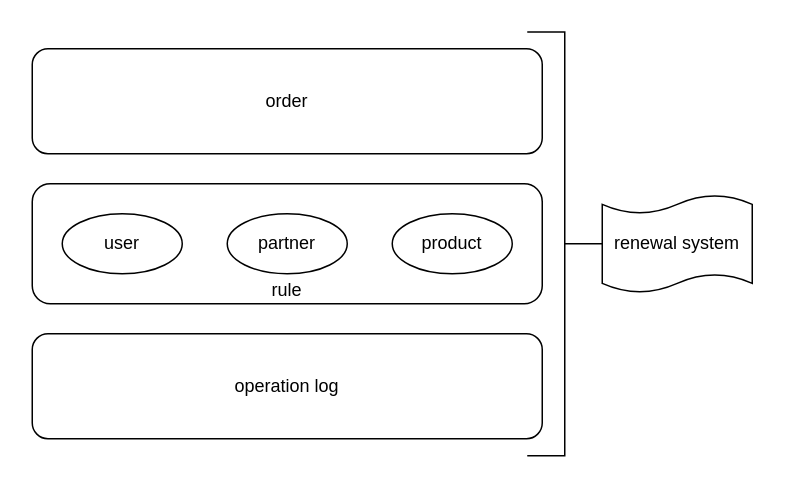
Above: page "Page-5" (5 of 5) of auto renew.drawio in hello-benny/hello-benny.github.io (draw.io), before the change. Source tidied: cells renumbered, new cells numbered last; positions are measured from the earlier drawing's top-left corner, leaving out a move shared by most shapes. Both pictures are drawn from the tidied source at 150%, with x=0, y=0 at pixel (32, 32).
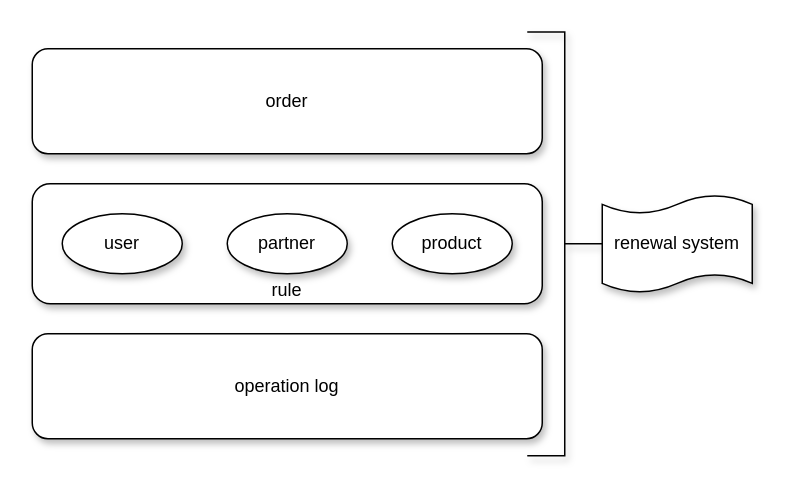
Above is the later version.

What changed in the source:
```diff
@@
 <mxGraphModel>
   <root>
     <mxCell id="0" />
     <mxCell id="1" parent="0" />
-    <mxCell id="2" value="rule" style="rounded=1;whiteSpace=wrap;html=1;strokeWidth=1;fontColor=#000000;align=center;verticalAlign=bottom;" parent="1" vertex="1">
+    <mxCell id="2" value="rule" style="rounded=1;whiteSpace=wrap;html=1;strokeWidth=1;fontColor=#000000;align=center;verticalAlign=bottom;shadow=1;" parent="1" vertex="1">
       <mxGeometry y="101" width="340" height="80" as="geometry" />
     </mxCell>
-    <mxCell id="3" value="user" style="ellipse;whiteSpace=wrap;html=1;strokeWidth=1;fontColor=#000000;align=center;" parent="1" vertex="1">
+    <mxCell id="3" value="user" style="ellipse;whiteSpace=wrap;html=1;strokeWidth=1;fontColor=#000000;align=center;shadow=1;" parent="1" vertex="1">
       <mxGeometry x="20" y="121" width="80" height="40" as="geometry" />
     </mxCell>
-    <mxCell id="4" value="partner" style="ellipse;whiteSpace=wrap;html=1;strokeWidth=1;fontColor=#000000;align=center;" parent="1" vertex="1">
+    <mxCell id="4" value="partner" style="ellipse;whiteSpace=wrap;html=1;strokeWidth=1;fontColor=#000000;align=center;shadow=1;" parent="1" vertex="1">
       <mxGeometry x="130" y="121" width="80" height="40" as="geometry" />
     </mxCell>
-    <mxCell id="5" value="product" style="ellipse;whiteSpace=wrap;html=1;strokeWidth=1;fontColor=#000000;align=center;" parent="1" vertex="1">
+    <mxCell id="5" value="product" style="ellipse;whiteSpace=wrap;html=1;strokeWidth=1;fontColor=#000000;align=center;shadow=1;" parent="1" vertex="1">
       <mxGeometry x="240" y="121" width="80" height="40" as="geometry" />
     </mxCell>
-    <mxCell id="6" value="operation log" style="rounded=1;whiteSpace=wrap;html=1;strokeWidth=1;fontColor=#000000;align=center;" parent="1" vertex="1">
+    <mxCell id="6" value="operation log" style="rounded=1;whiteSpace=wrap;html=1;strokeWidth=1;fontColor=#000000;align=center;shadow=1;" parent="1" vertex="1">
       <mxGeometry y="201" width="340" height="70" as="geometry" />
     </mxCell>
-    <mxCell id="7" value="order" style="rounded=1;whiteSpace=wrap;html=1;strokeWidth=1;fontColor=#000000;align=center;" parent="1" vertex="1">
+    <mxCell id="7" value="order" style="rounded=1;whiteSpace=wrap;html=1;strokeWidth=1;fontColor=#000000;align=center;shadow=1;" parent="1" vertex="1">
       <mxGeometry y="11" width="340" height="70" as="geometry" />
     </mxCell>
-    <mxCell id="8" style="group;" parent="1" vertex="1">
+    <mxCell id="8" style="group;shadow=1;" parent="1" vertex="1">
       <mxGeometry x="330" y="-0.2" width="150" height="282.5" as="geometry" />
     </mxCell>
-    <mxCell id="9" style="strokeWidth=1;html=1;shape=mxgraph.flowchart.annotation_2;align=left;labelPosition=right;fontColor=#000000;rotation=-180;fontSize=12;" parent="8" vertex="1">
+    <mxCell id="9" style="strokeWidth=1;html=1;shape=mxgraph.flowchart.annotation_2;align=left;labelPosition=right;fontColor=#000000;rotation=-180;fontSize=12;shadow=1;" parent="8" vertex="1">
       <mxGeometry width="50" height="282.5" as="geometry" />
     </mxCell>
-    <mxCell id="10" value="renewal system" style="shape=tape;whiteSpace=wrap;html=1;strokeWidth=1;size=0.19;fontSize=12;fontColor=#000000;align=center;" parent="8" vertex="1">
+    <mxCell id="10" value="renewal system" style="shape=tape;whiteSpace=wrap;html=1;strokeWidth=1;size=0.19;fontSize=12;fontColor=#000000;align=center;shadow=1;" parent="8" vertex="1">
       <mxGeometry x="50" y="108.8" width="100" height="65" as="geometry" />
     </mxCell>
   </root>
 </mxGraphModel>
```
